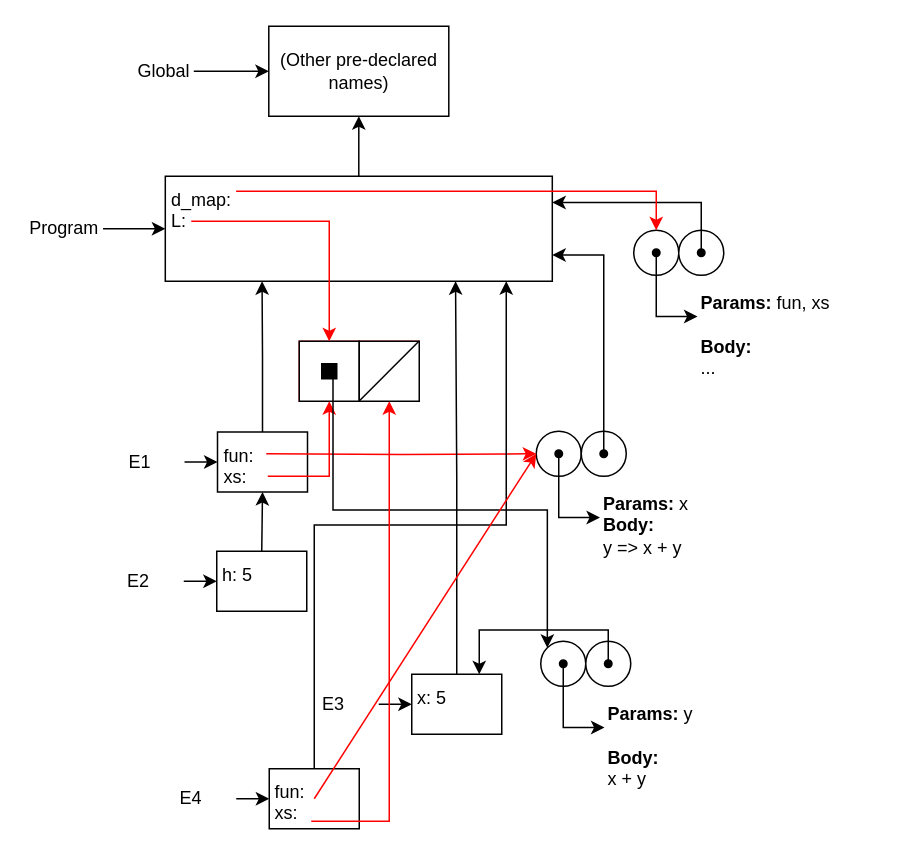
This is page "Question 3" (3 of 3) of Environment model.drawio from JingYenLoh/drawio, a draw.io file, before an edit. Source tidied: cells renumbered, new cells numbered last; positions are measured from the earlier drawing's top-left corner, leaving out a move shared by most shapes. Both pictures are drawn from the tidied source at 150%, with x=0, y=0 at pixel (26, 26).
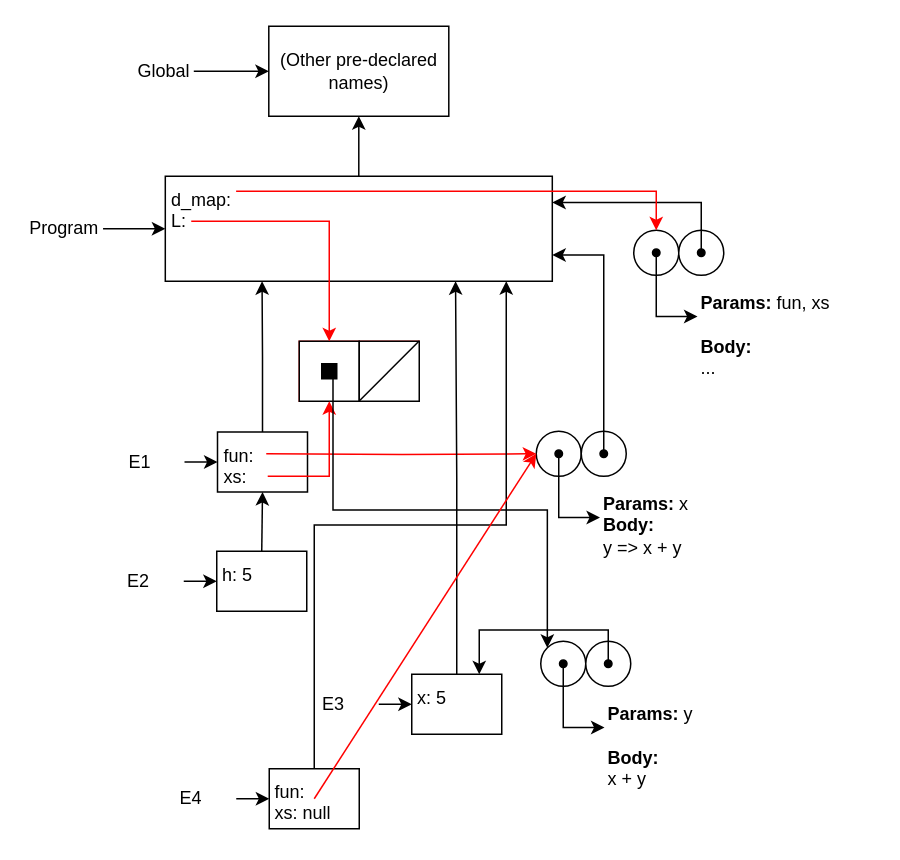
After the change.

Commit message (it also covers changes not shown here):
Don't point null as it's primitive

Unchanged cells that the change refers to:
```xml
<mxCell id="66" style="group;strokeColor=none;" parent="1" vertex="1">
  <mxGeometry x="80" y="495" width="142" height="40" as="geometry" />
</mxCell>
```

Change to the diagram source:
```diff
@@
-    <mxCell id="67" value="&lt;div&gt;fun:&lt;/div&gt;&lt;div&gt;xs:&lt;br&gt;&lt;/div&gt;" style="rounded=0;whiteSpace=wrap;html=1;align=left;verticalAlign=top;spacingLeft=0;spacingTop=0;spacingBottom=0;spacingRight=0;spacing=4;" parent="66" vertex="1">
+    <mxCell id="67" value="&lt;div&gt;fun:&lt;/div&gt;&lt;div&gt;xs: null&lt;br&gt;&lt;/div&gt;" style="rounded=0;whiteSpace=wrap;html=1;align=left;verticalAlign=top;spacingLeft=0;spacingTop=0;spacingBottom=0;spacingRight=0;spacing=4;" parent="66" vertex="1">
       <mxGeometry x="82" width="60" height="40" as="geometry" />
     </mxCell>
@@
-    <mxCell id="72" style="edgeStyle=orthogonalEdgeStyle;rounded=0;orthogonalLoop=1;jettySize=auto;html=1;strokeColor=#FF0000;entryX=0.5;entryY=1;entryDx=0;entryDy=0;" parent="1" edge="1">
-      <mxGeometry relative="1" as="geometry">
-        <mxPoint x="190" y="530" as="sourcePoint" />
-        <mxPoint x="242" y="250" as="targetPoint" />
-        <Array as="points">
-          <mxPoint x="242" y="530" />
-        </Array>
-      </mxGeometry>
-    </mxCell>
```
